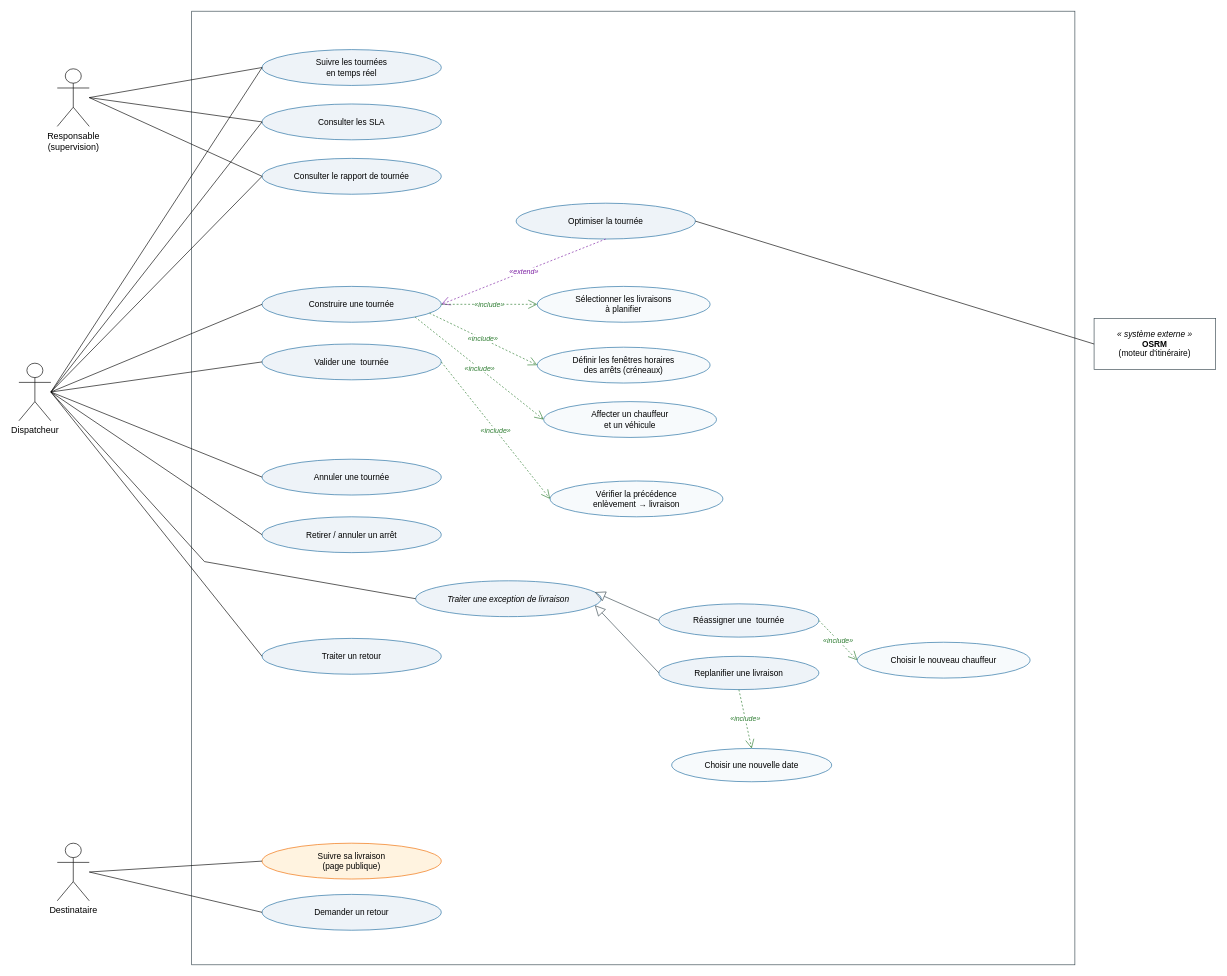
The draw.io diagram diagrams/drawio/Sprint3/uc3333.drawio in Moaziz667/asm-track, before the edit. Source tidied: cells renumbered, new cells numbered last; positions are measured from the earlier drawing's top-left corner, leaving out a move shared by most shapes. Both pictures are drawn from the tidied source at 64%, with x=0, y=0 at pixel (19, 11).
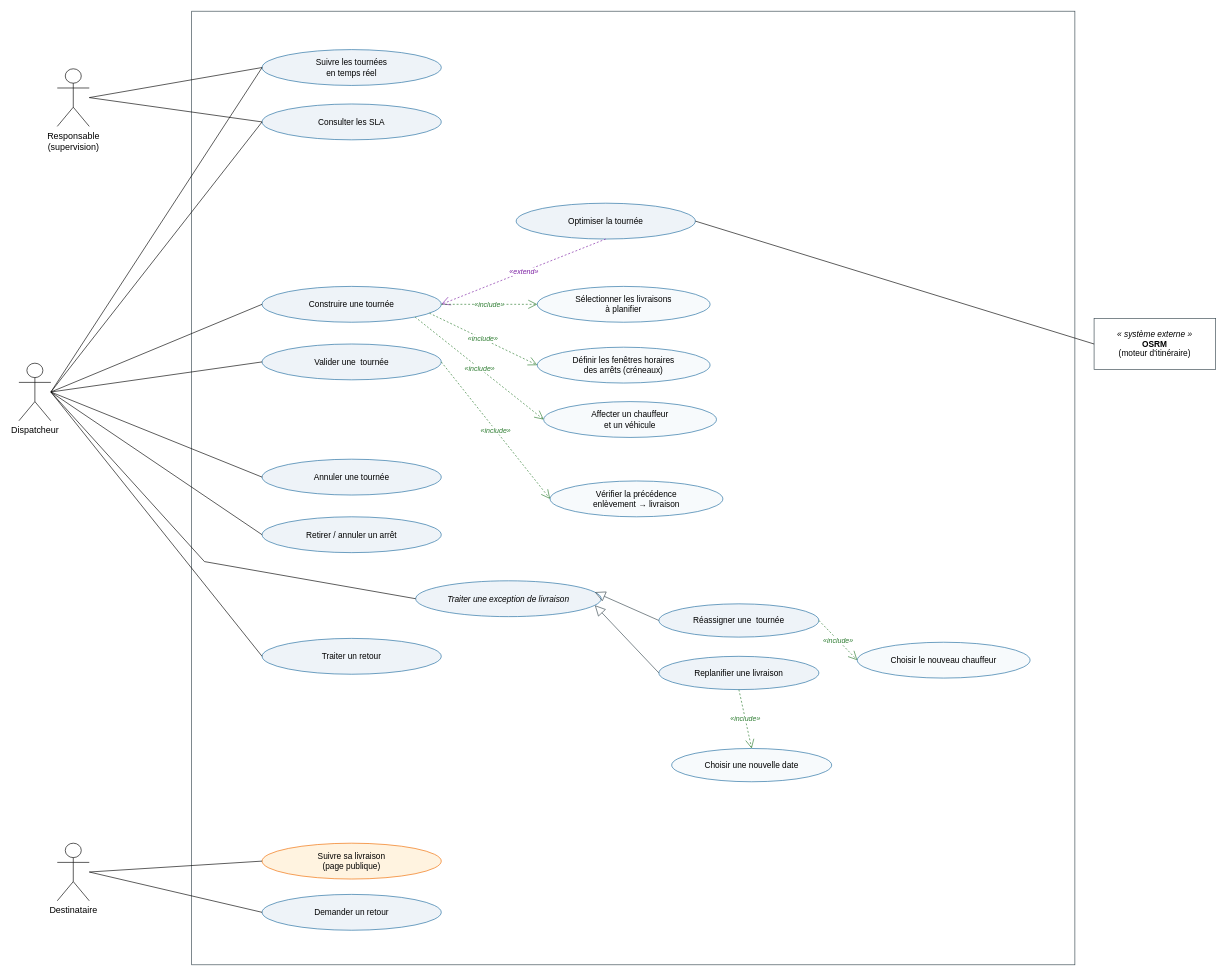
Above is the later version.

The change refers to these unchanged cells:
```xml
<mxCell id="3" value="Responsable&#10;(supervision)" style="shape=umlActor;verticalLabelPosition=bottom;verticalAlign=top;html=1;outlineConnect=0;fontSize=14;" parent="1" vertex="1">
  <mxGeometry x="60" y="90" width="50" height="90" as="geometry" />
</mxCell>
<mxCell id="4" value="Dispatcheur" style="shape=umlActor;verticalLabelPosition=bottom;verticalAlign=top;html=1;outlineConnect=0;fontSize=14;" parent="1" vertex="1">
  <mxGeometry y="550" width="50" height="90" as="geometry" />
</mxCell>
```

Diff of the diagram source:
```diff
@@
-    <mxCell id="9" value="Consulter le rapport de tournée" style="ellipse;whiteSpace=wrap;html=1;fillColor=#EEF3F8;strokeColor=#1F6CA0;fontSize=13;" parent="1" vertex="1">
-      <mxGeometry x="380" y="230" width="280" height="56" as="geometry" />
-    </mxCell>
@@
-    <mxCell id="12" value="Construire une tournée" style="ellipse;whiteSpace=wrap;html=1;fillColor=#EEF3F8;strokeColor=#1F6CA0;fontSize=13;" parent="1" vertex="1" target="9">
+    <mxCell id="12" value="Construire une tournée" style="ellipse;whiteSpace=wrap;html=1;fillColor=#EEF3F8;strokeColor=#1F6CA0;fontSize=13;" parent="1" vertex="1">
       <mxGeometry x="380" y="430" width="280" height="56" as="geometry" />
     </mxCell>
@@
-    <mxCell id="26" style="html=1;endArrow=none;rounded=0;exitX=1;exitY=0.5;entryX=0;entryY=0.5;" parent="1" edge="1" source="3" target="9">
-      <mxGeometry relative="1" as="geometry" />
-    </mxCell>
@@
-    <mxCell id="29" style="html=1;endArrow=none;rounded=0;exitX=1;exitY=0.5;entryX=0;entryY=0.5;" parent="1" edge="1" source="4" target="9">
-      <mxGeometry relative="1" as="geometry" />
-    </mxCell>
```
